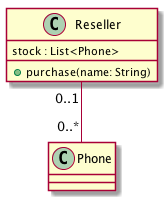
Above: assets/images/uml/ex-phone/reseller-class.png in lyhcode/oosad (PlantUML), before the change.
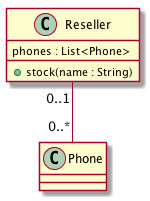
The same diagram one commit later.

What changed in the source:
```diff
@@ -1,7 +1,7 @@
 @startuml
 class Reseller {
-    stock : List<Phone>
-    + purchase(name: String)
+    phones : List<Phone>
+    + stock(name : String)
 }
 Reseller "0..1" -- "0..*" Phone
 @enduml
```
